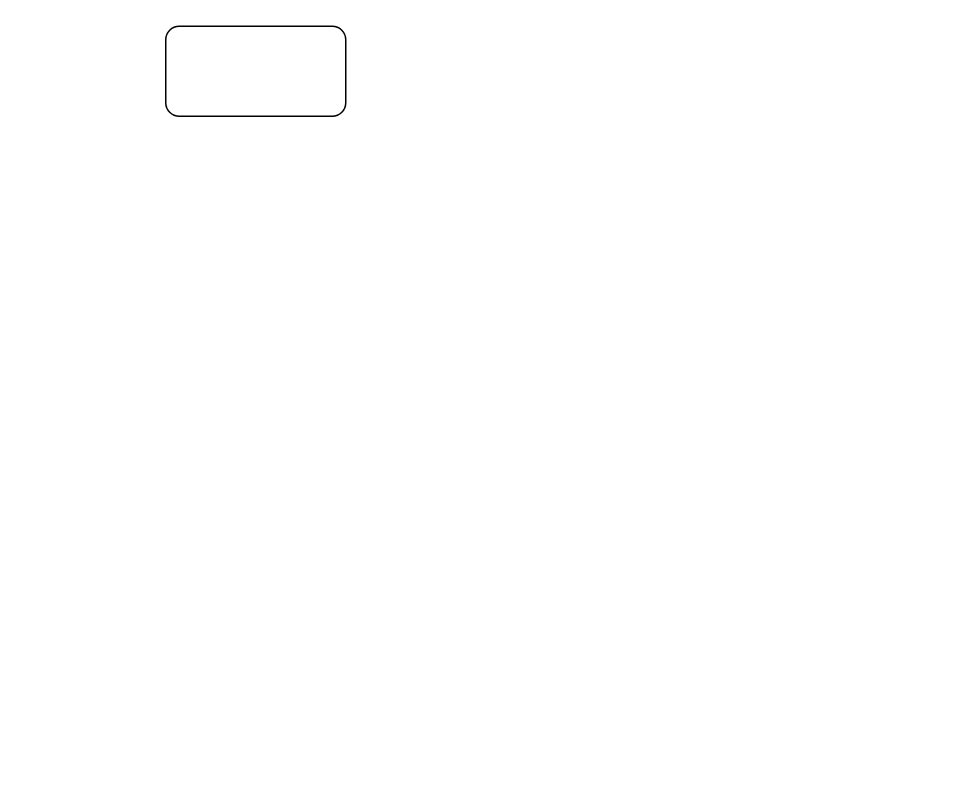
Earlier version of the draw.io diagram 2.6.0.drawio (qi-hao-jishi/draw2). Source tidied: cells renumbered, new cells numbered last; positions are measured from the earlier drawing's top-left corner, leaving out a move shared by most shapes. Both pictures are drawn from the tidied source at 150%, with x=0, y=0 at pixel (165, 26).
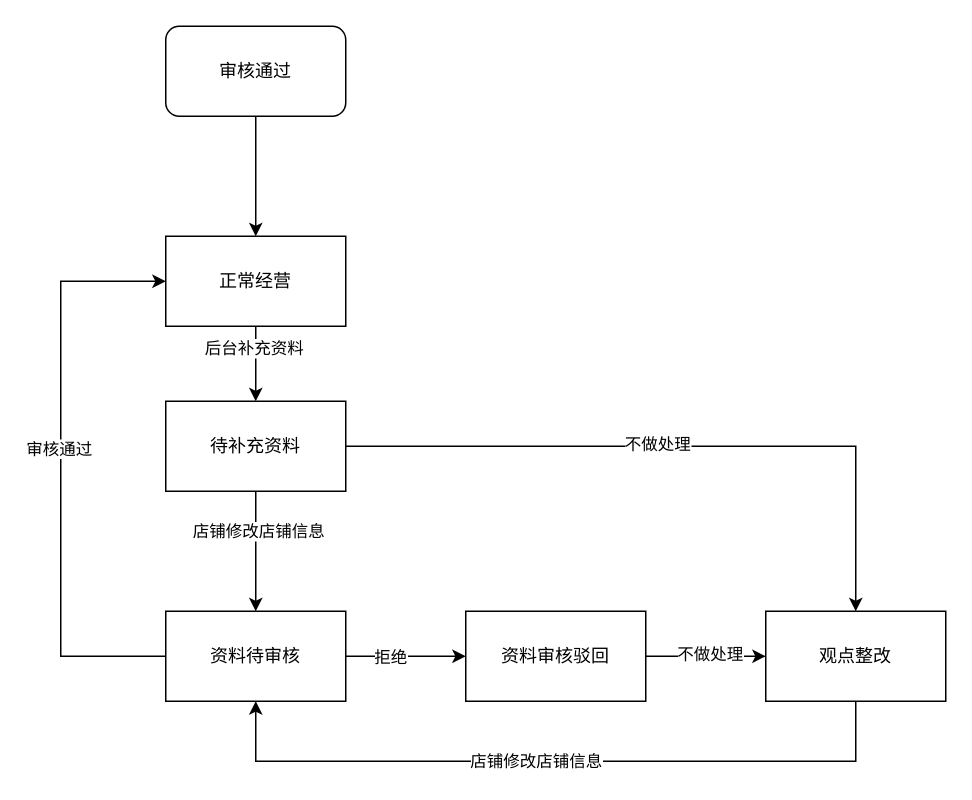
After the change.

Diff of the diagram source:
```diff
@@
+    <mxCell id="3" style="edgeStyle=orthogonalEdgeStyle;rounded=0;jettySize=auto;html=1;" parent="1" edge="1" source="2">
+      <mxGeometry relative="1" as="geometry">
+        <mxPoint x="60" y="140" as="targetPoint" />
+      </mxGeometry>
+    </mxCell>
-    <mxCell id="2" style="rounded=1;whiteSpace=wrap;html=1;" parent="1" vertex="1">
+    <mxCell id="2" value="审核通过" style="rounded=1;whiteSpace=wrap;html=1;" parent="1" vertex="1">
       <mxGeometry width="120" height="60" as="geometry" />
     </mxCell>
+    <mxCell id="4" style="edgeStyle=orthogonalEdgeStyle;rounded=0;jettySize=auto;html=1;" parent="1" edge="1" source="6" target="11">
+      <mxGeometry relative="1" as="geometry" />
+    </mxCell>
+    <mxCell id="5" value="后台补充资料" style="edgeLabel;html=1;align=center;verticalAlign=middle;" parent="4" vertex="1">
+      <mxGeometry x="-0.44" y="-2" relative="1" as="geometry" />
+    </mxCell>
+    <mxCell id="6" value="正常经营" style="rounded=0;whiteSpace=wrap;html=1;" parent="1" vertex="1">
+      <mxGeometry y="140" width="120" height="60" as="geometry" />
+    </mxCell>
+    <mxCell id="7" style="edgeStyle=orthogonalEdgeStyle;rounded=0;jettySize=auto;html=1;" parent="1" edge="1" source="11" target="16">
+      <mxGeometry relative="1" as="geometry" />
+    </mxCell>
+    <mxCell id="8" value="店铺修改店铺信息" style="edgeLabel;html=1;align=center;verticalAlign=middle;" parent="7" vertex="1">
+      <mxGeometry x="-0.35" y="1" relative="1" as="geometry" />
+    </mxCell>
+    <mxCell id="9" style="edgeStyle=orthogonalEdgeStyle;rounded=0;jettySize=auto;html=1;" parent="1" edge="1" source="11" target="22">
+      <mxGeometry relative="1" as="geometry" />
+    </mxCell>
+    <mxCell id="10" value="不做处理" style="edgeLabel;html=1;align=center;verticalAlign=middle;" parent="9" vertex="1">
+      <mxGeometry x="-0.08" y="2" relative="1" as="geometry" />
+    </mxCell>
+    <mxCell id="11" value="待补充资料" style="whiteSpace=wrap;html=1;rounded=0;" parent="1" vertex="1">
+      <mxGeometry y="250" width="120" height="60" as="geometry" />
+    </mxCell>
+    <mxCell id="12" style="edgeStyle=orthogonalEdgeStyle;rounded=0;jettySize=auto;html=1;" parent="1" edge="1" source="16" target="19">
+      <mxGeometry relative="1" as="geometry" />
+    </mxCell>
+    <mxCell id="13" value="拒绝" style="edgeLabel;html=1;align=center;verticalAlign=middle;" parent="12" vertex="1">
+      <mxGeometry x="-0.28" relative="1" as="geometry" />
+    </mxCell>
+    <mxCell id="14" style="edgeStyle=orthogonalEdgeStyle;rounded=0;jettySize=auto;html=1;entryX=0;entryY=0.5;entryDx=0;entryDy=0;" parent="1" edge="1" source="16" target="6">
+      <mxGeometry relative="1" as="geometry">
+        <Array as="points">
+          <mxPoint x="-70" y="420" />
+          <mxPoint x="-70" y="170" />
+        </Array>
+      </mxGeometry>
+    </mxCell>
+    <mxCell id="15" value="审核通过" style="edgeLabel;html=1;align=center;verticalAlign=middle;" parent="14" vertex="1">
+      <mxGeometry x="0.07" y="2" relative="1" as="geometry" />
+    </mxCell>
+    <mxCell id="16" value="资料待审核" style="whiteSpace=wrap;html=1;rounded=0;" parent="1" vertex="1">
+      <mxGeometry y="390" width="120" height="60" as="geometry" />
+    </mxCell>
+    <mxCell id="17" style="edgeStyle=orthogonalEdgeStyle;rounded=0;jettySize=auto;html=1;" parent="1" edge="1" source="19" target="22">
+      <mxGeometry relative="1" as="geometry" />
+    </mxCell>
+    <mxCell id="18" value="不做处理" style="edgeLabel;html=1;align=center;verticalAlign=middle;" parent="17" vertex="1">
+      <mxGeometry x="0.05" y="2" relative="1" as="geometry" />
+    </mxCell>
+    <mxCell id="19" value="资料审核驳回" style="whiteSpace=wrap;html=1;rounded=0;" parent="1" vertex="1">
+      <mxGeometry x="200" y="390" width="120" height="60" as="geometry" />
+    </mxCell>
+    <mxCell id="20" style="edgeStyle=orthogonalEdgeStyle;rounded=0;jettySize=auto;html=1;entryX=0.5;entryY=1;entryDx=0;entryDy=0;" parent="1" edge="1" source="22" target="16">
+      <mxGeometry relative="1" as="geometry">
+        <Array as="points">
+          <mxPoint x="460" y="490" />
+          <mxPoint x="60" y="490" />
+        </Array>
+      </mxGeometry>
+    </mxCell>
+    <mxCell id="21" value="店铺修改店铺信息" style="edgeLabel;html=1;align=center;verticalAlign=middle;" parent="20" vertex="1">
+      <mxGeometry x="0.06" y="-1" relative="1" as="geometry" />
+    </mxCell>
+    <mxCell id="22" value="观点整改" style="whiteSpace=wrap;html=1;rounded=0;" parent="1" vertex="1">
+      <mxGeometry x="400" y="390" width="120" height="60" as="geometry" />
+    </mxCell>
```
